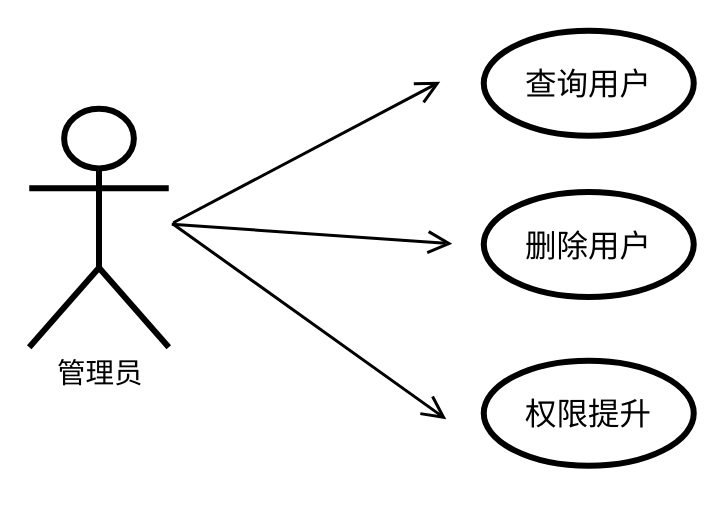
Earlier version of the draw.io diagram page "第 1 页" (1 of 8) of 用户管理子系统.drawio (IRiDecenT/graph). Source tidied: cells renumbered, new cells numbered last; positions are measured from the earlier drawing's top-left corner, leaving out a move shared by most shapes. Both pictures are drawn from the tidied source at 150%, with x=0, y=0 at pixel (28, 30).
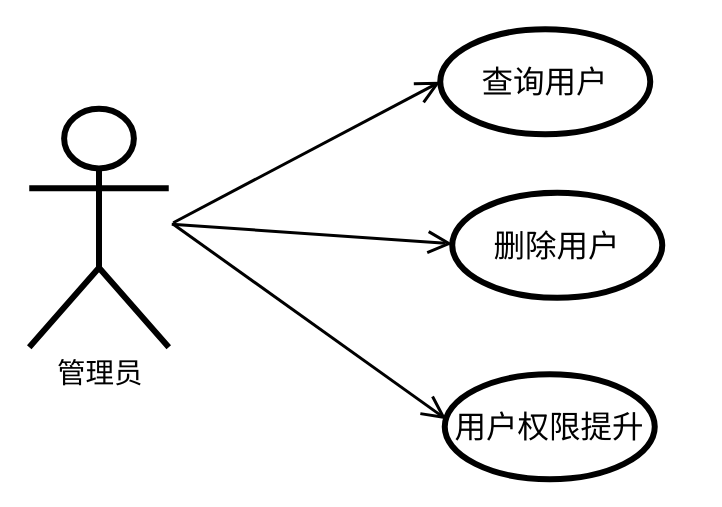
The same diagram, later.

The edit, as a diff of the source:
```diff
@@
 <mxGraphModel>
   <root>
     <mxCell id="0" />
     <mxCell id="1" parent="0" />
     <mxCell id="2" value="&lt;font style=&quot;font-size: 19px;&quot;&gt;管理员&lt;/font&gt;" style="shape=umlActor;verticalLabelPosition=bottom;verticalAlign=top;html=1;strokeWidth=4;" parent="1" vertex="1">
       <mxGeometry y="52" width="93" height="159" as="geometry" />
     </mxCell>
     <mxCell id="3" style="endArrow=open;endFill=1;endSize=12;html=1;rounded=0;strokeWidth=2;" parent="1" edge="1">
       <mxGeometry relative="1" as="geometry">
         <mxPoint x="96" y="128" as="sourcePoint" />
         <mxPoint x="274" y="34" as="targetPoint" />
       </mxGeometry>
     </mxCell>
     <mxCell id="4" style="endArrow=open;endFill=1;endSize=12;html=1;rounded=0;strokeWidth=2;" parent="1" edge="1">
       <mxGeometry relative="1" as="geometry">
         <mxPoint x="95" y="129" as="sourcePoint" />
         <mxPoint x="282" y="142" as="targetPoint" />
       </mxGeometry>
     </mxCell>
     <mxCell id="5" style="endArrow=open;endFill=1;endSize=12;html=1;rounded=0;strokeWidth=2;" parent="1" edge="1">
       <mxGeometry relative="1" as="geometry">
         <mxPoint x="96" y="129" as="sourcePoint" />
         <mxPoint x="278" y="259" as="targetPoint" />
       </mxGeometry>
     </mxCell>
     <mxCell id="6" value="&lt;font style=&quot;font-size: 21px;&quot;&gt;查询用户&lt;/font&gt;" style="ellipse;whiteSpace=wrap;html=1;strokeWidth=4;" parent="1" vertex="1">
-      <mxGeometry x="303" width="140" height="70" as="geometry" />
+      <mxGeometry x="274" y="-1" width="140" height="70" as="geometry" />
     </mxCell>
     <mxCell id="7" value="&lt;font style=&quot;font-size: 21px;&quot;&gt;删除用户&lt;/font&gt;" style="ellipse;whiteSpace=wrap;html=1;strokeWidth=4;" parent="1" vertex="1">
-      <mxGeometry x="303" y="107.5" width="140" height="70" as="geometry" />
+      <mxGeometry x="282" y="108" width="140" height="70" as="geometry" />
     </mxCell>
-    <mxCell id="8" value="&lt;font style=&quot;font-size: 21px;&quot;&gt;权限提升&lt;/font&gt;" style="ellipse;whiteSpace=wrap;html=1;strokeWidth=4;" parent="1" vertex="1">
-      <mxGeometry x="303" y="220" width="140" height="70" as="geometry" />
+    <mxCell id="8" value="&lt;font style=&quot;font-size: 21px;&quot;&gt;用户权限提升&lt;/font&gt;" style="ellipse;whiteSpace=wrap;html=1;strokeWidth=4;" parent="1" vertex="1">
+      <mxGeometry x="277" y="229" width="140" height="70" as="geometry" />
     </mxCell>
   </root>
 </mxGraphModel>
```
